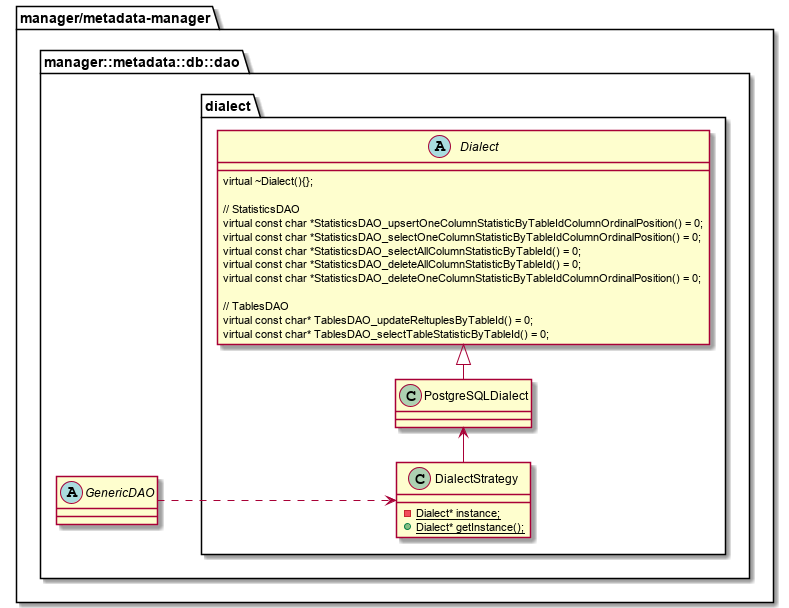
Before: metadata-manager/docs/statistic/02.FD/out/uml/ClassDiagram_detail/ClassDiagram_detail_dialect.png, a diagram exported from PlantUML (project-tsurugi/metadata-manager).
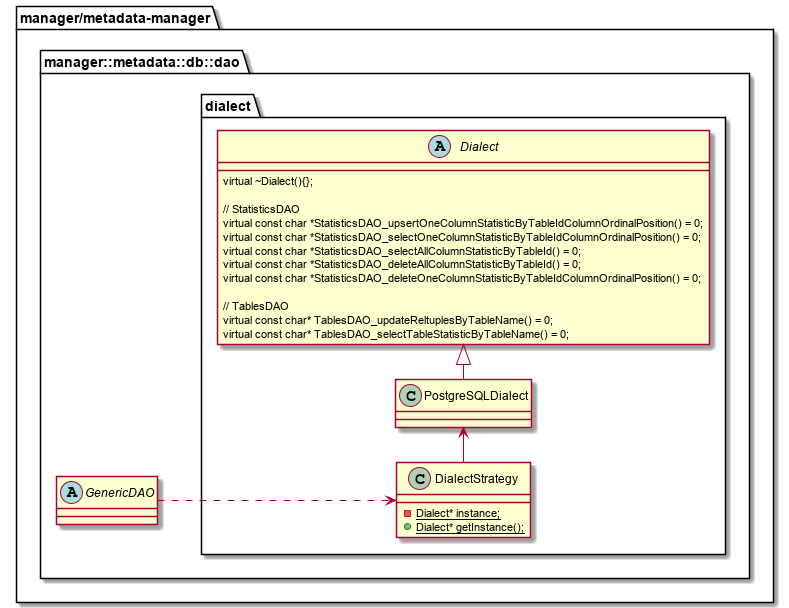
After the commit.

Diff of the diagram source:
```diff
@@ -28,8 +28,8 @@
         {method}virtual const char *StatisticsDAO_deleteOneColumnStatisticByTableIdColumnOrdinalPosition() = 0;
         {method}
         {method}// TablesDAO
-        {method}virtual const char* TablesDAO_updateReltuplesByTableId() = 0;
-        {method}virtual const char* TablesDAO_selectTableStatisticByTableId() = 0;
+        {method}virtual const char* TablesDAO_updateReltuplesByTableName() = 0;
+        {method}virtual const char* TablesDAO_selectTableStatisticByTableName() = 0;
       }
 
       class PostgreSQLDialect
```
